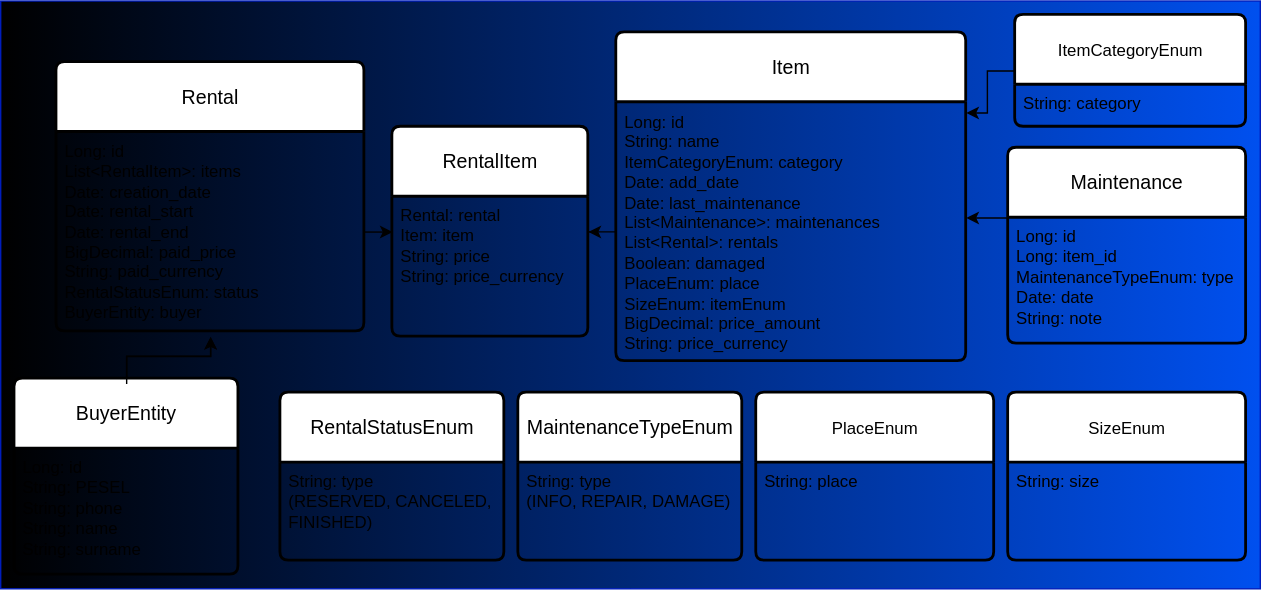
Above: HLD/images/database.svg in dawid-poradzinski/RentalManagementApp (draw.io), before the change. Source tidied: cells renumbered, new cells last; positions are measured from the earlier drawing's top-left corner, leaving out a move shared by most shapes.
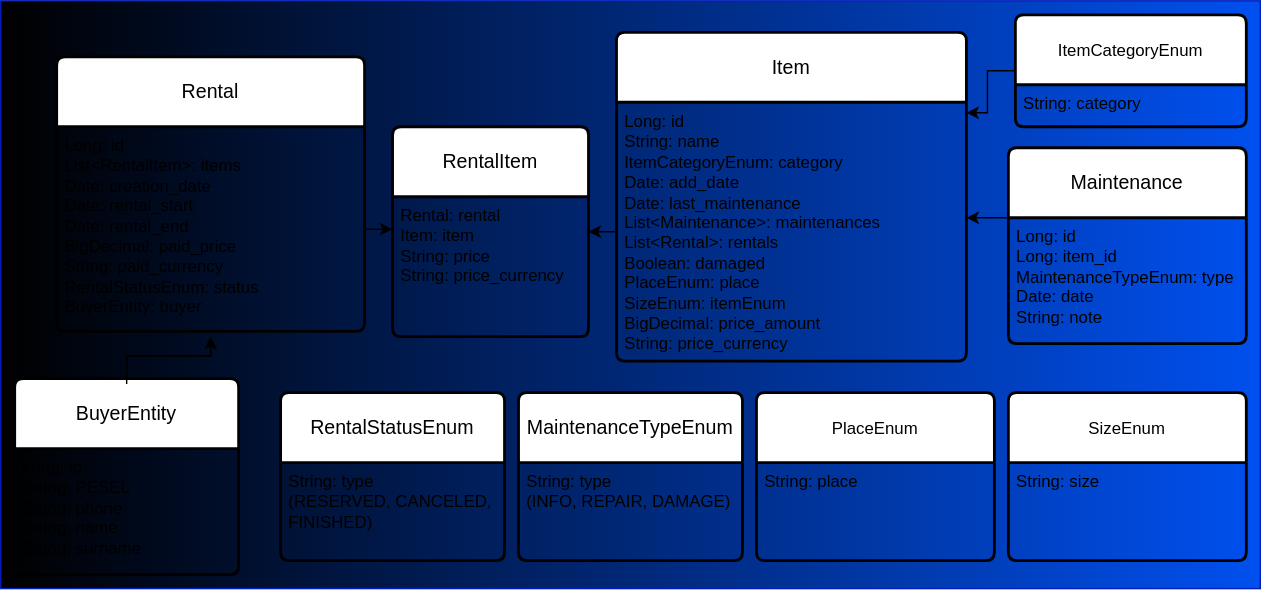
The same file after the commit.

The edit, as a diff of the source:
```diff
@@ -36,10 +36,10 @@
       <mxGeometry y="50" width="160" height="70" as="geometry" />
     </mxCell>
     <mxCell id="13" value="Rental" style="swimlane;horizontal=1;startSize=50;rounded=1;fontSize=14;fontStyle=0;strokeWidth=2;shadow=0;dashed=0;align=center;arcSize=4;whiteSpace=wrap;html=1;" parent="1" vertex="1">
-      <mxGeometry x="40" y="43.8" width="220" height="192.5" as="geometry" />
+      <mxGeometry x="40" y="40" width="220" height="196.2" as="geometry" />
     </mxCell>
     <mxCell id="14" value="Long: id&lt;div&gt;List&amp;lt;RentalItem&amp;gt;: items&lt;/div&gt;&lt;div&gt;Date: creation_date&lt;/div&gt;&lt;div&gt;Date: rental_start&lt;/div&gt;&lt;div&gt;Date: rental_end&lt;/div&gt;&lt;div&gt;BigDecimal: paid_price&lt;/div&gt;&lt;div&gt;String: paid_currency&lt;/div&gt;RentalStatusEnum: status&lt;div&gt;BuyerEntity: buyer&lt;br&gt;&lt;/div&gt;&lt;div&gt;&lt;br&gt;&lt;/div&gt;" style="align=left;strokeColor=none;fillColor=none;spacingLeft=4;spacingRight=4;fontSize=12;verticalAlign=top;html=1;whiteSpace=wrap;" parent="13" vertex="1">
-      <mxGeometry y="50" width="220" height="142.5" as="geometry" />
+      <mxGeometry y="50" width="220" height="146.2" as="geometry" />
     </mxCell>
     <mxCell id="15" value="RentalStatusEnum" style="swimlane;horizontal=1;startSize=50;rounded=1;fontSize=14;fontStyle=0;strokeWidth=2;shadow=0;dashed=0;align=center;arcSize=4;whiteSpace=wrap;html=1;" parent="1" vertex="1">
       <mxGeometry x="200" y="280" width="160" height="120" as="geometry" />
@@ -85,7 +85,7 @@
     <mxCell id="24" style="edgeStyle=orthogonalEdgeStyle;rounded=0;jettySize=auto;html=1;entryX=1;entryY=0.5;entryDx=0;entryDy=0;" parent="1" edge="1" source="7" target="22">
       <mxGeometry relative="1" as="geometry" />
     </mxCell>
-    <mxCell id="25" style="edgeStyle=orthogonalEdgeStyle;rounded=0;jettySize=auto;html=1;entryX=0;entryY=0.5;entryDx=0;entryDy=0;" parent="1" edge="1" source="14" target="22">
+    <mxCell id="25" style="edgeStyle=orthogonalEdgeStyle;rounded=0;jettySize=auto;html=1;entryX=0.002;entryY=0.237;entryDx=0;entryDy=0;entryPerimeter=0;" parent="1" edge="1" source="14" target="23">
       <mxGeometry relative="1" as="geometry" />
     </mxCell>
     <mxCell id="26" style="edgeStyle=orthogonalEdgeStyle;rounded=0;orthogonalLoop=1;jettySize=auto;html=1;entryX=0.5;entryY=1;entryDx=0;entryDy=0;" parent="1" edge="1">
```
